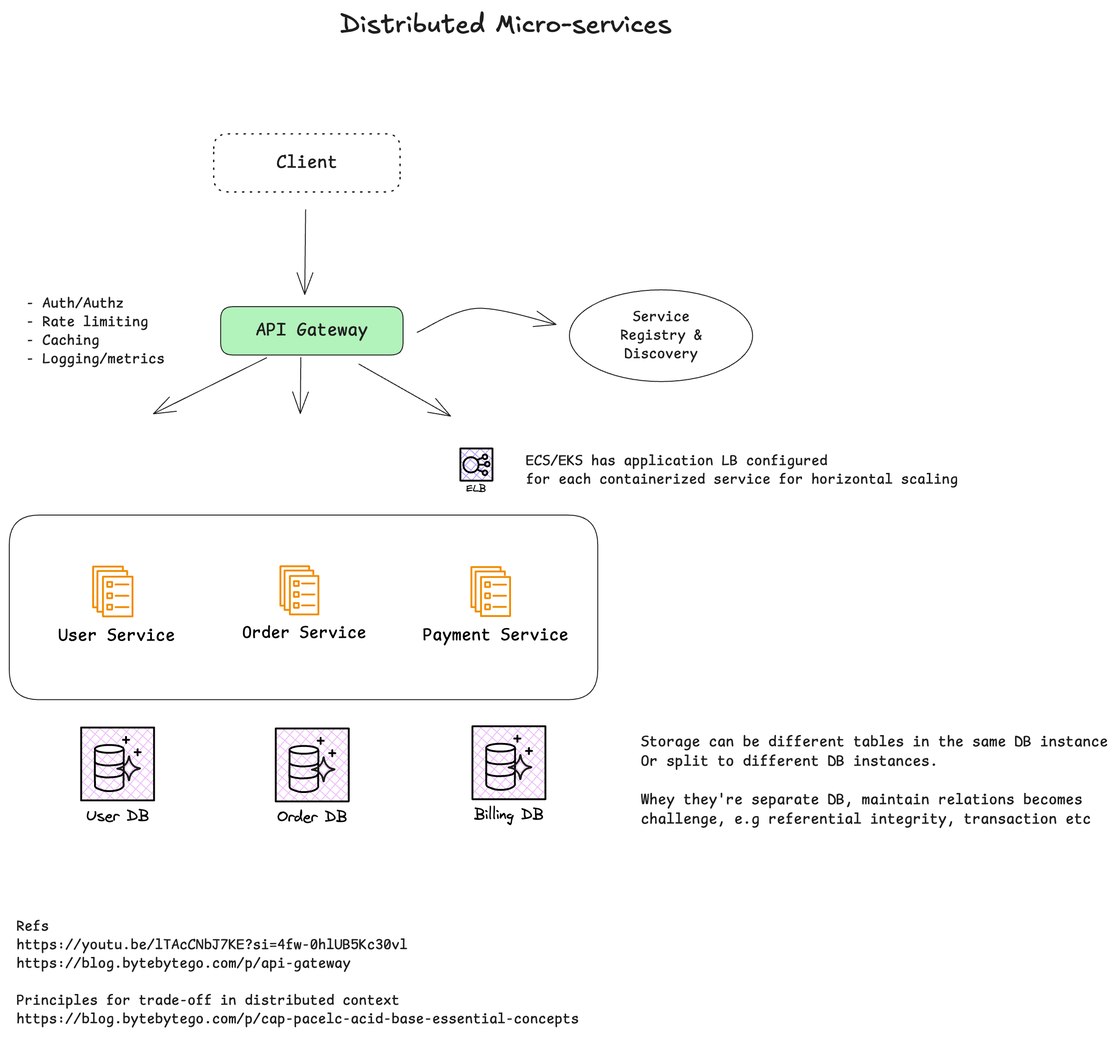
Above: assets/sys/microsvc.png in 6thfdwp/learning-thoughts (Excalidraw), before the change. Source tidied: one line per element, renumbered; positions are measured from the earlier drawing's top-left corner, leaving out a move shared by most shapes.
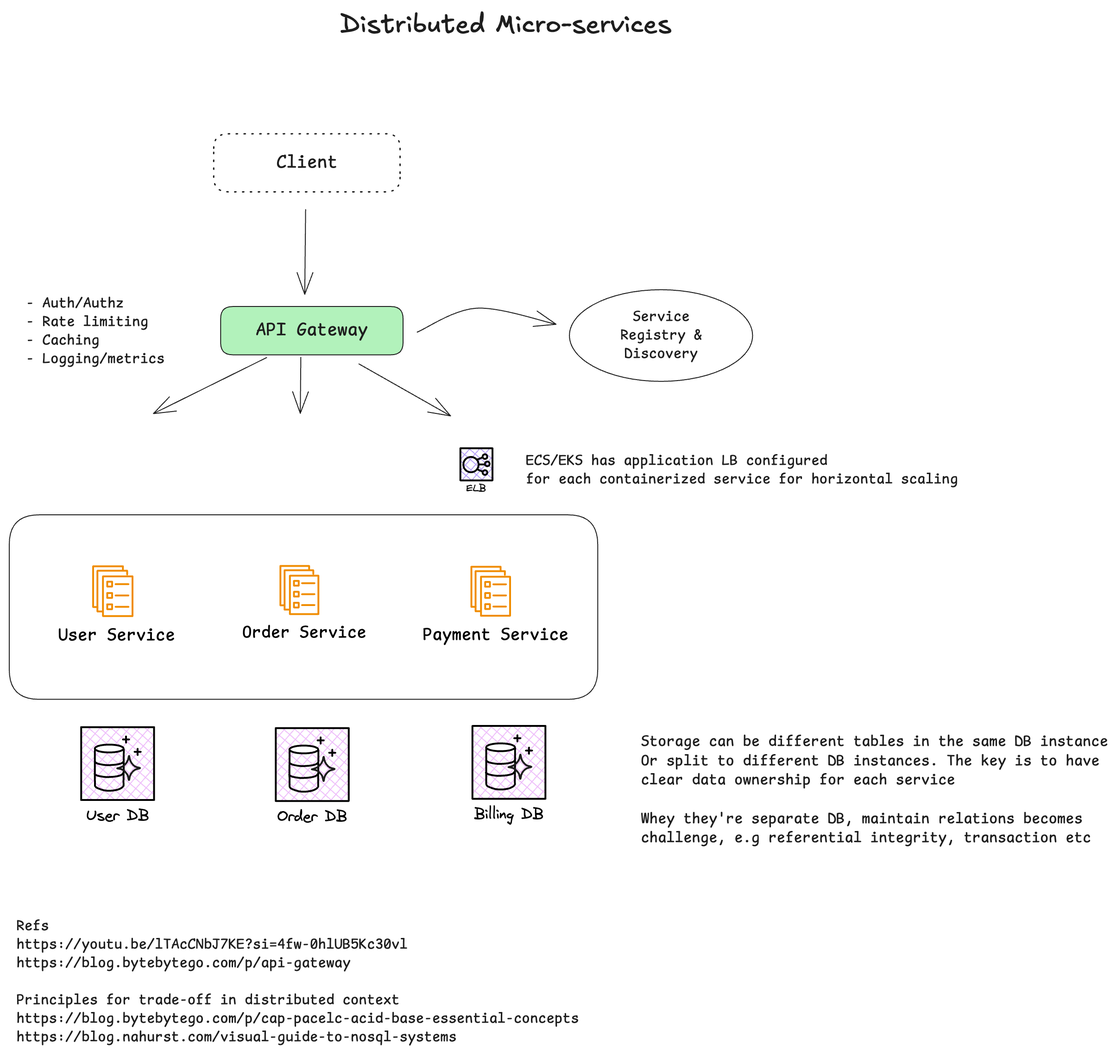
The same diagram one commit later.

The edit, as a diff of the source:
```diff
@@ -53,7 +53,7 @@
 {"id": 52, "type": "line", "strokeColor": "#000000", "angle": 1.57, "strokeWidth": 2, "roughness": 0, "round": true, "x": 561, "y": 797, "width": 0, "height": 7, "points": [[0, 0], [0, 7]]}
 {"id": 53, "type": "line", "strokeColor": "#1e1e1e", "strokeWidth": 2, "roughness": 0, "round": true, "x": 539, "y": 819, "width": 25, "height": 26, "points": [[0, 0], [6, -2], [10, -6], [12, -9], [13, -14], [14, -9], [16, -5], [20, -2], [25, 0], [20, 1], [16, 4], [14, 8], [13, 13], [11, 8], [10, 5], [6, 1], [0, 0]]}
 {"id": 54, "type": "rectangle", "strokeColor": "#1e1e1e", "backgroundColor": "#ffffff", "fillStyle": "solid", "strokeWidth": 1, "roughness": 0, "round": true, "x": 0, "y": 546, "width": 635, "height": 199}
-{"id": 55, "type": "text", "text": "Refs\nhttps://youtu.be/lTAcCNbJ7KE?si=4fw-0hlUB5Kc30vl\nhttps://blog.bytebytego.com/p/api-gateway\n\nPrinciples for trade-off in distributed context\nhttps://blog.bytebytego.com/p/cap-pacelc-acid-base-essential-concepts", "strokeColor": "#1e1e1e", "backgroundColor": "#ffffff", "fillStyle": "solid", "strokeWidth": 1, "roughness": 0, "fontSize": 16, "fontFamily": 8, "x": 8, "y": 981, "width": 607, "height": 120}
+{"id": 55, "type": "text", "text": "Refs\nhttps://youtu.be/lTAcCNbJ7KE?si=4fw-0hlUB5Kc30vl\nhttps://blog.bytebytego.com/p/api-gateway\n\nPrinciples for trade-off in distributed context\nhttps://blog.bytebytego.com/p/cap-pacelc-acid-base-essential-concepts\nhttps://blog.nahurst.com/visual-guide-to-nosql-systems", "strokeColor": "#1e1e1e", "backgroundColor": "#ffffff", "fillStyle": "solid", "strokeWidth": 1, "roughness": 0, "fontSize": 16, "fontFamily": 8, "x": 8, "y": 981, "width": 607, "height": 140}
 {"id": 56, "type": "text", "text": "User Service", "strokeColor": "#000000", "strokeWidth": 1, "roughness": 1, "fontSize": 19.12, "fontFamily": 8, "textAlign": "center", "x": 53, "y": 665, "width": 126, "height": 24}
 {"id": 57, "type": "rectangle", "strokeColor": "#f08c00", "strokeWidth": 2, "roughness": 0, "x": 101, "y": 612, "width": 32, "height": 43}
 {"id": 58, "type": "rectangle", "strokeColor": "#f08c00", "strokeWidth": 2, "roughness": 0, "x": 106, "y": 618, "width": 5, "height": 5}
@@ -86,4 +86,4 @@
 {"id": 85, "type": "line", "strokeColor": "#f08c00", "strokeWidth": 2, "roughness": 0, "x": 535, "y": 611, "width": 32, "height": 43, "points": [[0, 0], [0, -4], [-32, -4], [-32, 39], [-27, 39]]}
 {"id": 86, "type": "arrow", "strokeColor": "#1e1e1e", "backgroundColor": "#ffffff", "fillStyle": "solid", "strokeWidth": 1, "roughness": 0, "endArrowhead": "arrow", "round": true, "from": 4, "to": 19, "x": 440, "y": 349, "width": 150, "height": 26, "points": [[0, 0], [64, -26], [150, -9]]}
 {"id": 87, "type": "text", "text": "ECS/EKS has application LB configured\nfor each containerized service for horizontal scaling ", "strokeColor": "#1e1e1e", "backgroundColor": "#ffffff", "fillStyle": "solid", "strokeWidth": 1, "roughness": 0, "fontSize": 16, "fontFamily": 8, "x": 557, "y": 478, "width": 475, "height": 40}
-{"id": 88, "type": "text", "text": "Storage can be different tables in the same DB instance\nOr split to different DB instances. \n\nWhey they're separate DB, maintain relations becomes \nchallenge, e.g referential integrity, transaction etc", "strokeColor": "#1e1e1e", "backgroundColor": "#ffffff", "fillStyle": "solid", "strokeWidth": 1, "roughness": 0, "fontSize": 16.67, "fontFamily": 8, "x": 681, "y": 781, "width": 504, "height": 104}
+{"id": 88, "type": "text", "text": "Storage can be different tables in the same DB instance\nOr split to different DB instances. The key is to have \nclear data ownership for each service\n\nWhey they're separate DB, maintain relations becomes \nchallenge, e.g referential integrity, transaction etc", "strokeColor": "#1e1e1e", "backgroundColor": "#ffffff", "fillStyle": "solid", "strokeWidth": 1, "roughness": 0, "fontSize": 16.67, "fontFamily": 8, "x": 682, "y": 781, "width": 504, "height": 125}
```
